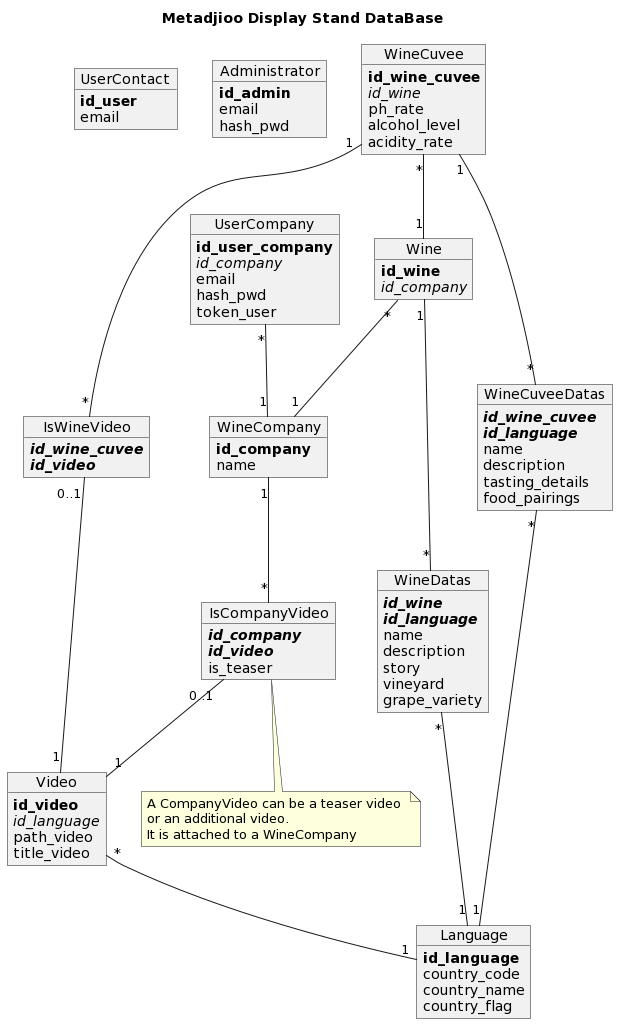
This is db/db_img.png from mariusjenin/metadjioo_ds, a PlantUML export, as it was before one commit.
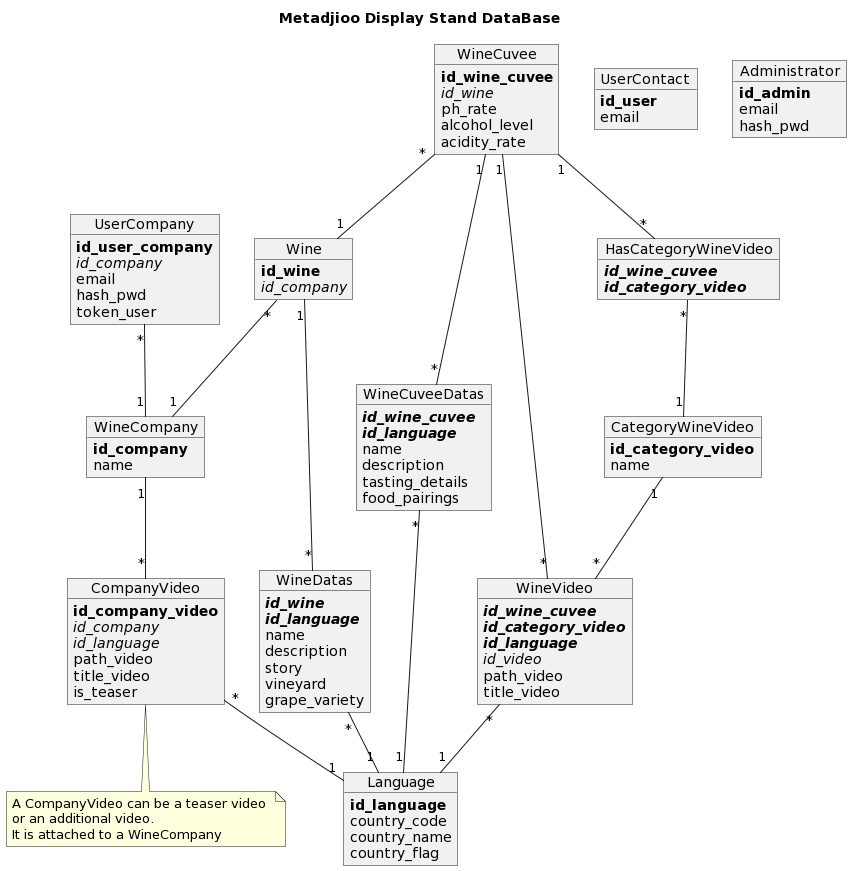
The same diagram one commit later.

The edit, as a diff of the source:
```diff
@@ -68,22 +68,31 @@
 	country_flag
 }
 
-object Video{
-	**id_video **
-	//id_language//
+object CategoryWineVideo{
+	**id_category_video**
+	name
+}
+
+object HasCategoryWineVideo{
+	//**id_wine_cuvee**//
+	//**id_category_video**//
+}
+
+object WineVideo{
+	//**id_wine_cuvee**//
+	//**id_category_video**//
+	//**id_language**//
+	//id_video//
 	path_video
 	title_video
 }
 
-object IsWineVideo{
-	//**id_wine_cuvee**//
-	//**id_video**//
-}
-
-
-object IsCompanyVideo{
-	//**id_company**//
-	//**id_video**//
+object CompanyVideo{
+  **id_company_video**
+	//id_company//
+	//id_language//
+	path_video
+	title_video
 	is_teaser
 }
 note bottom
@@ -95,11 +104,13 @@
 UserCompany "*" -- "1" WineCompany
 Wine "*" -- "1" WineCompany
 WineCuvee "*" -- "1" Wine
-Video "*" -- "1" Language
-IsWineVideo "0..1" -- "1" Video
-IsCompanyVideo "0..1" -- "1" Video
-WineCompany "1" -- "*" IsCompanyVideo
-WineCuvee "1" -- "*" IsWineVideo
+CompanyVideo "*" -- "1" Language
+WineVideo "*" -- "1" Language
+WineCompany "1" -- "*" CompanyVideo
+WineCuvee "1" -- "*" WineVideo
+CategoryWineVideo "1" -- "*" WineVideo
+WineCuvee "1" -- "*" HasCategoryWineVideo
+CategoryWineVideo "1" -u- "*" HasCategoryWineVideo
 Wine "1" -- "*" WineDatas
 WineCuvee "1" -- "*" WineCuveeDatas
 WineDatas "*" -- "1" Language
```
